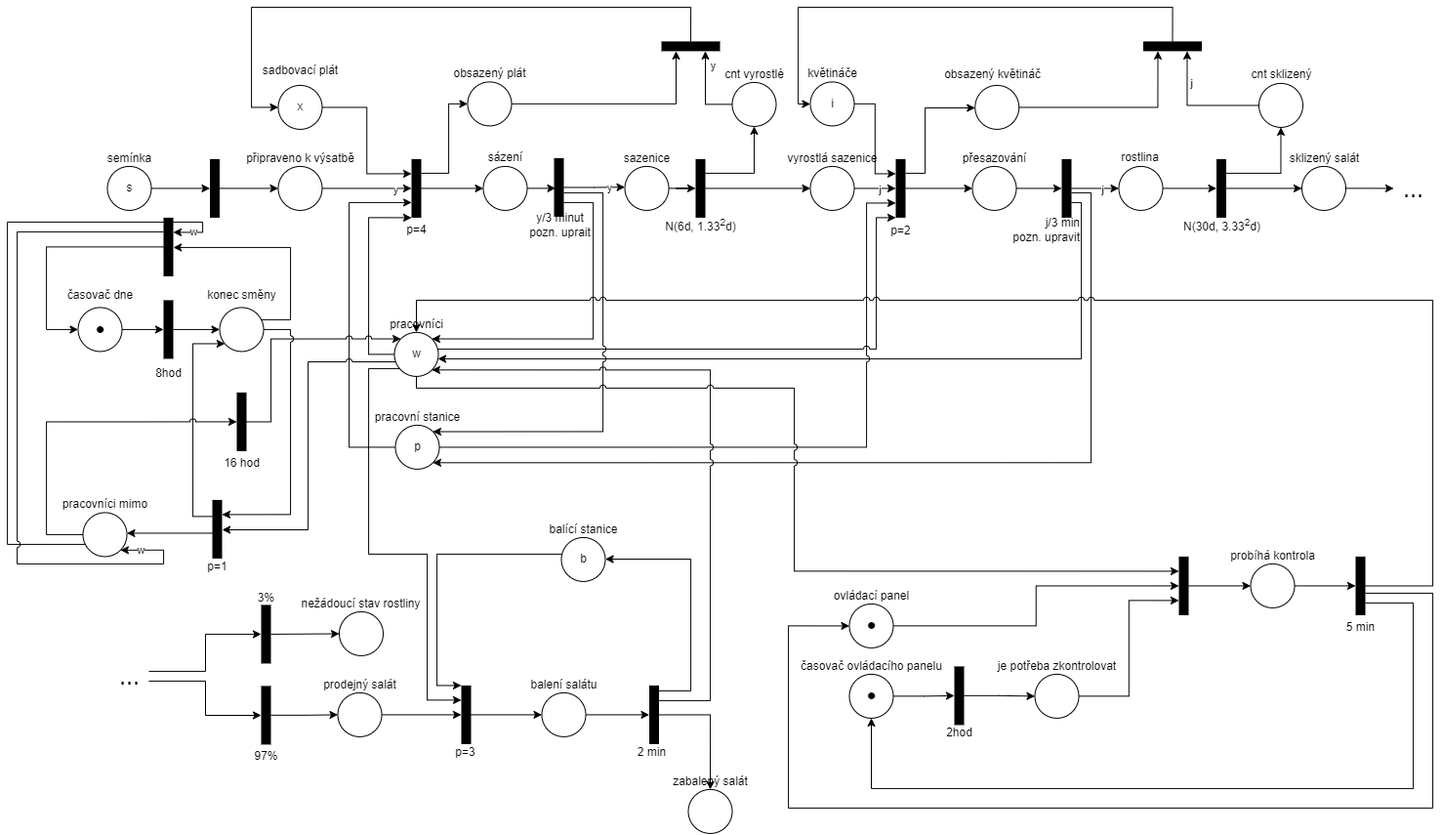
hruboson/IMS keeps this draw.io diagram as doc/petri-net.drawio.png. Above is the earlier version. Source tidied: cells renumbered, new cells last; positions are measured from the earlier drawing's top-left corner, leaving out a move shared by most shapes.
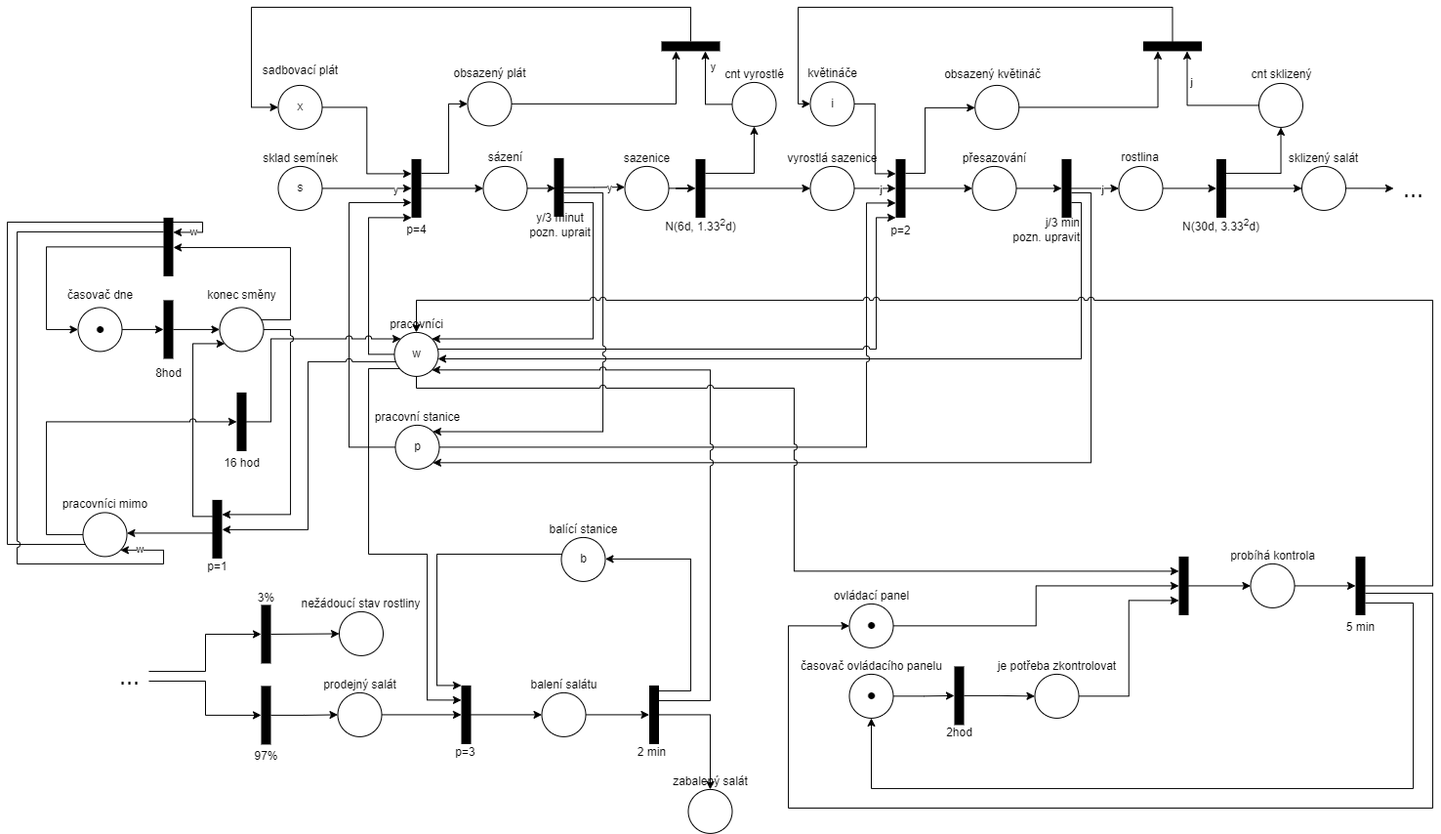
The same diagram one commit later.

Commit message:
fix(petri-net)

Diff of the diagram source:
```diff
@@ -10,15 +10,6 @@
         <mxPoint x="35" y="2" as="offset" />
       </mxGeometry>
     </mxCell>
-    <mxCell id="4" style="edgeStyle=orthogonalEdgeStyle;rounded=0;jettySize=auto;html=1;entryX=0;entryY=0.5;entryDx=0;entryDy=0;" parent="1" edge="1" source="5" target="25">
-      <mxGeometry relative="1" as="geometry" />
-    </mxCell>
-    <mxCell id="5" style="rounded=0;whiteSpace=wrap;html=1;strokeColor=none;fillColor=#000000;" parent="1" vertex="1">
-      <mxGeometry x="207.5" y="155.4" width="10" height="60" as="geometry" />
-    </mxCell>
-    <mxCell id="6" style="edgeStyle=orthogonalEdgeStyle;rounded=0;jettySize=auto;html=1;entryX=0;entryY=0.5;entryDx=0;entryDy=0;" parent="1" edge="1" source="31" target="5">
-      <mxGeometry relative="1" as="geometry" />
-    </mxCell>
     <mxCell id="7" style="edgeStyle=orthogonalEdgeStyle;rounded=0;jettySize=auto;html=1;entryX=0;entryY=0.5;entryDx=0;entryDy=0;" parent="1" edge="1" source="9" target="34">
       <mxGeometry relative="1" as="geometry">
         <Array as="points">
@@ -89,11 +80,11 @@
     <mxCell id="24" style="group;" parent="1" vertex="1">
       <mxGeometry x="235" y="139.9" width="130" height="68" as="geometry" />
     </mxCell>
-    <mxCell id="25" style="ellipse;whiteSpace=wrap;html=1;" parent="24" vertex="1">
+    <mxCell id="25" value="s" style="ellipse;whiteSpace=wrap;html=1;" parent="24" vertex="1">
       <mxGeometry x="42.5" y="23" width="45" height="45" as="geometry" />
     </mxCell>
-    <mxCell id="26" value="připraveno k výsatbě" style="text;html=1;align=center;verticalAlign=middle;strokeColor=none;fillColor=none;" parent="24" vertex="1">
-      <mxGeometry width="130" height="30" as="geometry" />
+    <mxCell id="26" value="sklad semínek" style="text;html=1;align=center;verticalAlign=middle;strokeColor=none;fillColor=none;" parent="24" vertex="1">
+      <mxGeometry x="15" width="100" height="30" as="geometry" />
     </mxCell>
     <mxCell id="27" style="group;" parent="1" vertex="1">
       <mxGeometry x="250" y="49.9" width="100" height="75" as="geometry" />
@@ -104,15 +95,6 @@
     <mxCell id="29" value="sadbovací plát" style="text;html=1;align=center;verticalAlign=middle;strokeColor=none;fillColor=none;" parent="27" vertex="1">
       <mxGeometry width="100" height="30" as="geometry" />
     </mxCell>
-    <mxCell id="30" style="group;" parent="1" vertex="1">
-      <mxGeometry x="90" y="139.9" width="70" height="68" as="geometry" />
-    </mxCell>
-    <mxCell id="31" value="s" style="ellipse;whiteSpace=wrap;html=1;" parent="30" vertex="1">
-      <mxGeometry x="12.5" y="23" width="45" height="45" as="geometry" />
-    </mxCell>
-    <mxCell id="32" value="semínka" style="text;html=1;align=center;verticalAlign=middle;strokeColor=none;fillColor=none;" parent="30" vertex="1">
-      <mxGeometry width="70" height="30" as="geometry" />
-    </mxCell>
     <mxCell id="33" style="group;" parent="1" vertex="1">
       <mxGeometry x="459" y="53.4" width="85" height="68" as="geometry" />
     </mxCell>
```
